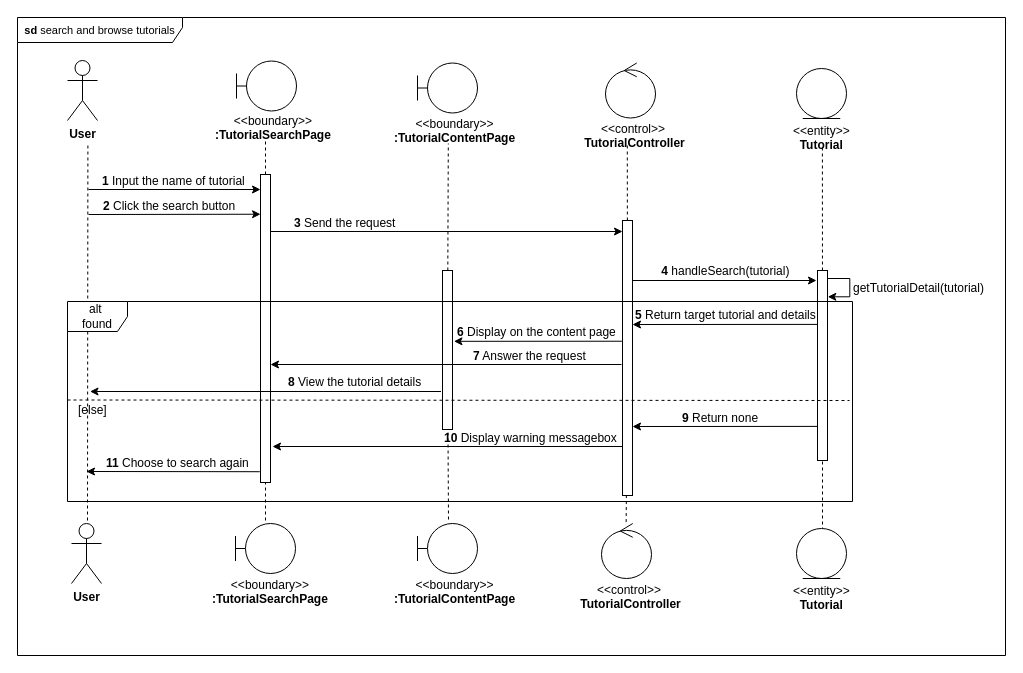
Earlier version of the draw.io diagram Assignment3/models/SearchBrowseTutorials.drawio (JackinOFlove/System_Analysis_and_Design_TongjiSSE_2024Fall). Source tidied: cells renumbered, new cells numbered last; positions are measured from the earlier drawing's top-left corner, leaving out a move shared by most shapes. Both pictures are drawn from the tidied source at 100%, with x=0, y=0 at pixel (17, 17).
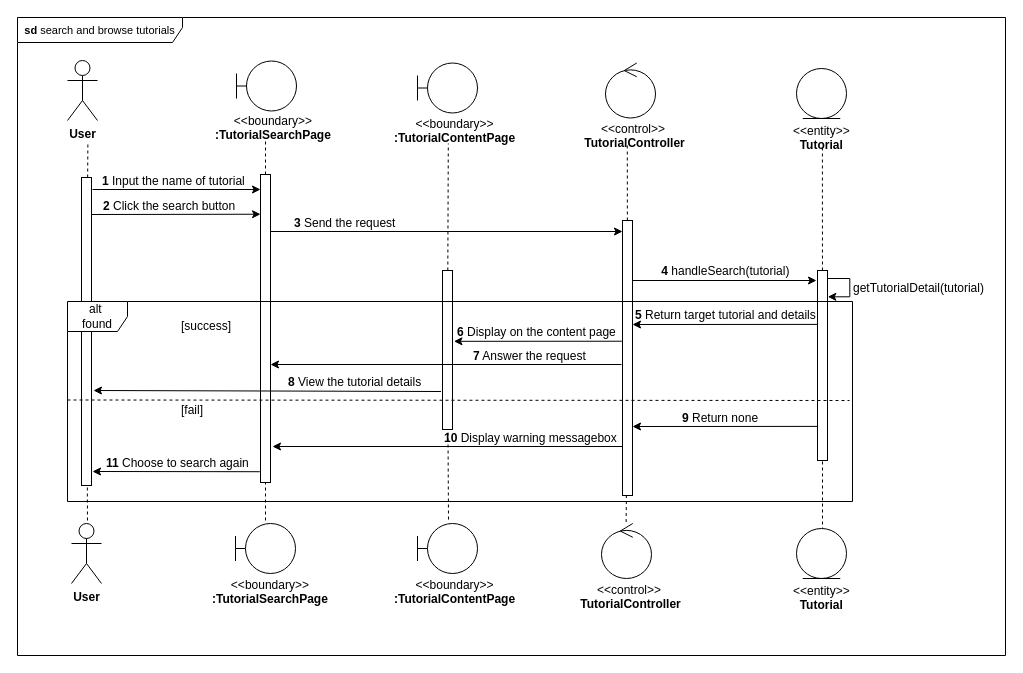
The same diagram, later.

Unchanged cells that the change refers to:
```xml
<mxCell id="16" style="rounded=0;whiteSpace=wrap;html=1;" parent="1" vertex="1">
  <mxGeometry x="243" y="157" width="10" height="308" as="geometry" />
</mxCell>
```

Diff of the diagram source:
```diff
@@
+    <mxCell id="61" style="rounded=0;whiteSpace=wrap;html=1;" parent="1" vertex="1">
+      <mxGeometry x="64" y="160" width="10" height="308" as="geometry" />
+    </mxCell>
@@
-    <mxCell id="11" style="endArrow=none;dashed=1;html=1;rounded=0;" parent="1" edge="1">
+    <mxCell id="11" style="endArrow=none;dashed=1;html=1;rounded=0;" parent="1" edge="1" source="61">
       <mxGeometry relative="1" as="geometry">
-        <mxPoint x="70" y="503" as="sourcePoint" />
         <mxPoint x="70.4" y="125.5" as="targetPoint" />
       </mxGeometry>
     </mxCell>
@@
     <mxCell id="13" style="endArrow=classic;html=1;rounded=0;entryX=0.003;entryY=0.129;entryDx=0;entryDy=0;entryPerimeter=0;" parent="1" edge="1" target="16">
       <mxGeometry relative="1" as="geometry">
-        <mxPoint x="71" y="197" as="sourcePoint" />
+        <mxPoint x="74" y="197" as="sourcePoint" />
       </mxGeometry>
     </mxCell>
@@
     <mxCell id="30" style="endArrow=classic;html=1;rounded=0;" parent="1" edge="1">
       <mxGeometry relative="1" as="geometry">
-        <mxPoint x="71" y="172" as="sourcePoint" />
+        <mxPoint x="75" y="172" as="sourcePoint" />
         <mxPoint x="243" y="172" as="targetPoint" />
       </mxGeometry>
     </mxCell>
@@
     <mxCell id="49" style="endArrow=classic;html=1;rounded=0;" parent="1" edge="1">
       <mxGeometry relative="1" as="geometry">
         <mxPoint x="423.5" y="374" as="sourcePoint" />
-        <mxPoint x="72.5" y="374" as="targetPoint" />
+        <mxPoint x="76" y="373" as="targetPoint" />
       </mxGeometry>
     </mxCell>
@@
     <mxCell id="55" style="endArrow=classic;html=1;rounded=0;exitX=-0.07;exitY=0.965;exitDx=0;exitDy=0;exitPerimeter=0;" parent="1" edge="1" source="16">
       <mxGeometry relative="1" as="geometry">
-        <mxPoint x="69" y="454" as="targetPoint" />
+        <mxPoint x="75" y="454" as="targetPoint" />
       </mxGeometry>
     </mxCell>
@@
-    <mxCell id="59" value="&lt;div style=&quot;text-align: center;&quot;&gt;&lt;span style=&quot;font-weight: 400;&quot;&gt;[&lt;/span&gt;&lt;span style=&quot;background-color: initial; text-align: left; font-weight: 400;&quot;&gt;else&lt;/span&gt;&lt;span style=&quot;font-weight: 400; background-color: initial;&quot;&gt;]&lt;/span&gt;&lt;/div&gt;" style="text;whiteSpace=wrap;html=1;fontStyle=1;fontSize=12;" parent="1" vertex="1">
-      <mxGeometry x="59" y="379" width="150" height="20" as="geometry" />
+    <mxCell id="59" value="&lt;div style=&quot;text-align: left;&quot;&gt;&lt;span style=&quot;font-weight: 400;&quot;&gt;[fail&lt;/span&gt;&lt;span style=&quot;font-weight: 400; background-color: initial;&quot;&gt;]&lt;/span&gt;&lt;/div&gt;" style="text;whiteSpace=wrap;html=1;fontStyle=1;fontSize=12;" parent="1" vertex="1">
+      <mxGeometry x="162" y="379" width="150" height="20" as="geometry" />
     </mxCell>
@@
+    <mxCell id="62" style="endArrow=none;dashed=1;html=1;rounded=0;" parent="1" edge="1" target="61">
+      <mxGeometry relative="1" as="geometry">
+        <mxPoint x="70" y="503" as="sourcePoint" />
+      </mxGeometry>
+    </mxCell>
+    <mxCell id="63" value="&lt;div style=&quot;text-align: left;&quot;&gt;&lt;span style=&quot;font-weight: 400;&quot;&gt;[success&lt;/span&gt;&lt;span style=&quot;font-weight: 400; background-color: initial;&quot;&gt;]&lt;/span&gt;&lt;/div&gt;" style="text;whiteSpace=wrap;html=1;fontStyle=1;fontSize=12;" parent="1" vertex="1">
+      <mxGeometry x="162" y="295" width="150" height="20" as="geometry" />
+    </mxCell>
```
